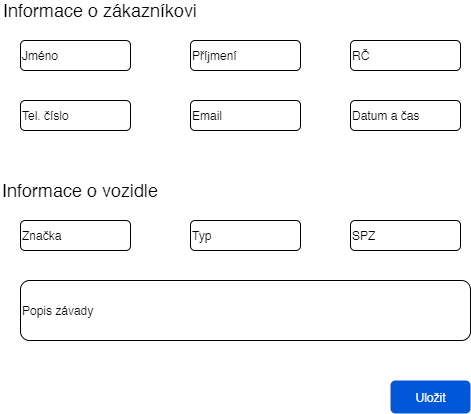
sidd-1337/SWI-Project1 keeps this draw.io diagram as wireframe.png. Above is the earlier version. Source tidied: cells renumbered, new cells last; positions are measured from the earlier drawing's top-left corner, leaving out a move shared by most shapes. The source it was exported from:
```xml
<mxGraphModel background="#ffffff">
  <root>
    <mxCell id="0" />
    <mxCell id="1" parent="0" />
    <mxCell id="2" value="Jméno" style="rounded=1;whiteSpace=wrap;html=1;align=left;" parent="1" vertex="1">
      <mxGeometry x="20" y="40" width="110" height="30" as="geometry" />
    </mxCell>
    <mxCell id="3" value="Příjmení" style="rounded=1;whiteSpace=wrap;html=1;align=left;" parent="1" vertex="1">
      <mxGeometry x="190" y="40" width="110" height="30" as="geometry" />
    </mxCell>
    <mxCell id="4" value="RČ" style="rounded=1;whiteSpace=wrap;html=1;align=left;" parent="1" vertex="1">
      <mxGeometry x="350" y="40" width="110" height="30" as="geometry" />
    </mxCell>
    <mxCell id="5" value="Tel. číslo" style="rounded=1;whiteSpace=wrap;html=1;align=left;" parent="1" vertex="1">
      <mxGeometry x="20" y="100" width="110" height="30" as="geometry" />
    </mxCell>
    <mxCell id="6" value="Email" style="rounded=1;whiteSpace=wrap;html=1;align=left;" parent="1" vertex="1">
      <mxGeometry x="190" y="100" width="110" height="30" as="geometry" />
    </mxCell>
    <mxCell id="7" value="&lt;font style=&quot;font-size: 18px&quot;&gt;Informace o zákazníkovi&lt;/font&gt;" style="text;html=1;strokeColor=none;fillColor=none;align=center;verticalAlign=middle;whiteSpace=wrap;rounded=0;" parent="1" vertex="1">
      <mxGeometry width="200" height="20" as="geometry" />
    </mxCell>
    <mxCell id="8" value="&lt;font style=&quot;font-size: 18px&quot;&gt;Informace o vozidle&lt;/font&gt;" style="text;html=1;strokeColor=none;fillColor=none;align=center;verticalAlign=middle;whiteSpace=wrap;rounded=0;" parent="1" vertex="1">
      <mxGeometry y="180" width="160" height="20" as="geometry" />
    </mxCell>
    <mxCell id="9" value="Značka" style="rounded=1;whiteSpace=wrap;html=1;align=left;" parent="1" vertex="1">
      <mxGeometry x="20" y="220" width="110" height="30" as="geometry" />
    </mxCell>
    <mxCell id="10" value="Typ" style="rounded=1;whiteSpace=wrap;html=1;align=left;" parent="1" vertex="1">
      <mxGeometry x="190" y="220" width="110" height="30" as="geometry" />
    </mxCell>
    <mxCell id="11" value="SPZ" style="rounded=1;whiteSpace=wrap;html=1;align=left;" parent="1" vertex="1">
      <mxGeometry x="350" y="220" width="110" height="30" as="geometry" />
    </mxCell>
    <mxCell id="12" value="Popis závady" style="rounded=1;whiteSpace=wrap;html=1;align=left;" parent="1" vertex="1">
      <mxGeometry x="20" y="280" width="450" height="60" as="geometry" />
    </mxCell>
    <mxCell id="13" value="Uložit" style="rounded=1;fillColor=#0057D8;align=center;strokeColor=none;html=1;fontColor=#ffffff;fontSize=12;" parent="1" vertex="1">
      <mxGeometry x="390" y="380" width="80" height="33" as="geometry" />
    </mxCell>
    <mxCell id="14" value="Datum a čas" style="rounded=1;whiteSpace=wrap;html=1;align=left;" parent="1" vertex="1">
      <mxGeometry x="350" y="100" width="110" height="30" as="geometry" />
    </mxCell>
  </root>
</mxGraphModel>
```
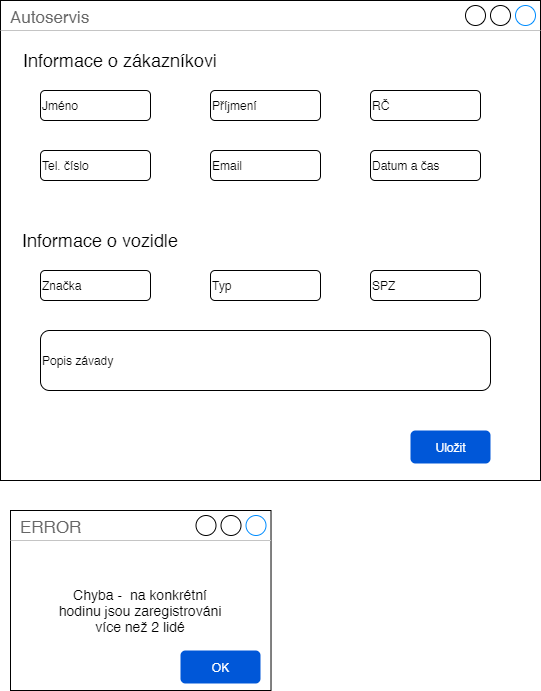
After the change.

Change to the diagram source:
```diff
@@ -2,6 +2,9 @@
   <root>
     <mxCell id="0" />
     <mxCell id="1" parent="0" />
+    <mxCell id="15" value="Autoservis" style="strokeWidth=1;shadow=0;dashed=0;align=center;html=1;shape=mxgraph.mockup.containers.window;align=left;verticalAlign=top;spacingLeft=8;strokeColor2=#008cff;strokeColor3=#c4c4c4;fontColor=#666666;mainText=;fontSize=17;labelBackgroundColor=none;" parent="1" vertex="1">
+      <mxGeometry x="-20" y="-50" width="540" height="480" as="geometry" />
+    </mxCell>
     <mxCell id="2" value="Jméno" style="rounded=1;whiteSpace=wrap;html=1;align=left;" parent="1" vertex="1">
       <mxGeometry x="20" y="40" width="110" height="30" as="geometry" />
     </mxCell>
@@ -41,5 +44,14 @@
     <mxCell id="14" value="Datum a čas" style="rounded=1;whiteSpace=wrap;html=1;align=left;" parent="1" vertex="1">
       <mxGeometry x="350" y="100" width="110" height="30" as="geometry" />
     </mxCell>
+    <mxCell id="16" value="ERROR" style="strokeWidth=1;shadow=0;dashed=0;align=center;html=1;shape=mxgraph.mockup.containers.window;align=left;verticalAlign=top;spacingLeft=8;strokeColor2=#008cff;strokeColor3=#c4c4c4;fontColor=#666666;mainText=;fontSize=17;labelBackgroundColor=none;" parent="1" vertex="1">
+      <mxGeometry x="-10" y="460" width="260.5" height="180" as="geometry" />
+    </mxCell>
+    <mxCell id="17" value="&lt;font style=&quot;font-size: 14px&quot;&gt;Chyba -&amp;nbsp; na konkrétní hodinu jsou zaregistrováni více než 2 lidé&lt;/font&gt;" style="text;html=1;strokeColor=none;fillColor=none;align=center;verticalAlign=middle;whiteSpace=wrap;rounded=0;" parent="1" vertex="1">
+      <mxGeometry x="35.3" y="520" width="170" height="80" as="geometry" />
+    </mxCell>
+    <mxCell id="18" value="OK" style="rounded=1;fillColor=#0057D8;align=center;strokeColor=none;html=1;fontColor=#ffffff;fontSize=12;" parent="1" vertex="1">
+      <mxGeometry x="160" y="600" width="80" height="33" as="geometry" />
+    </mxCell>
   </root>
 </mxGraphModel>
```
